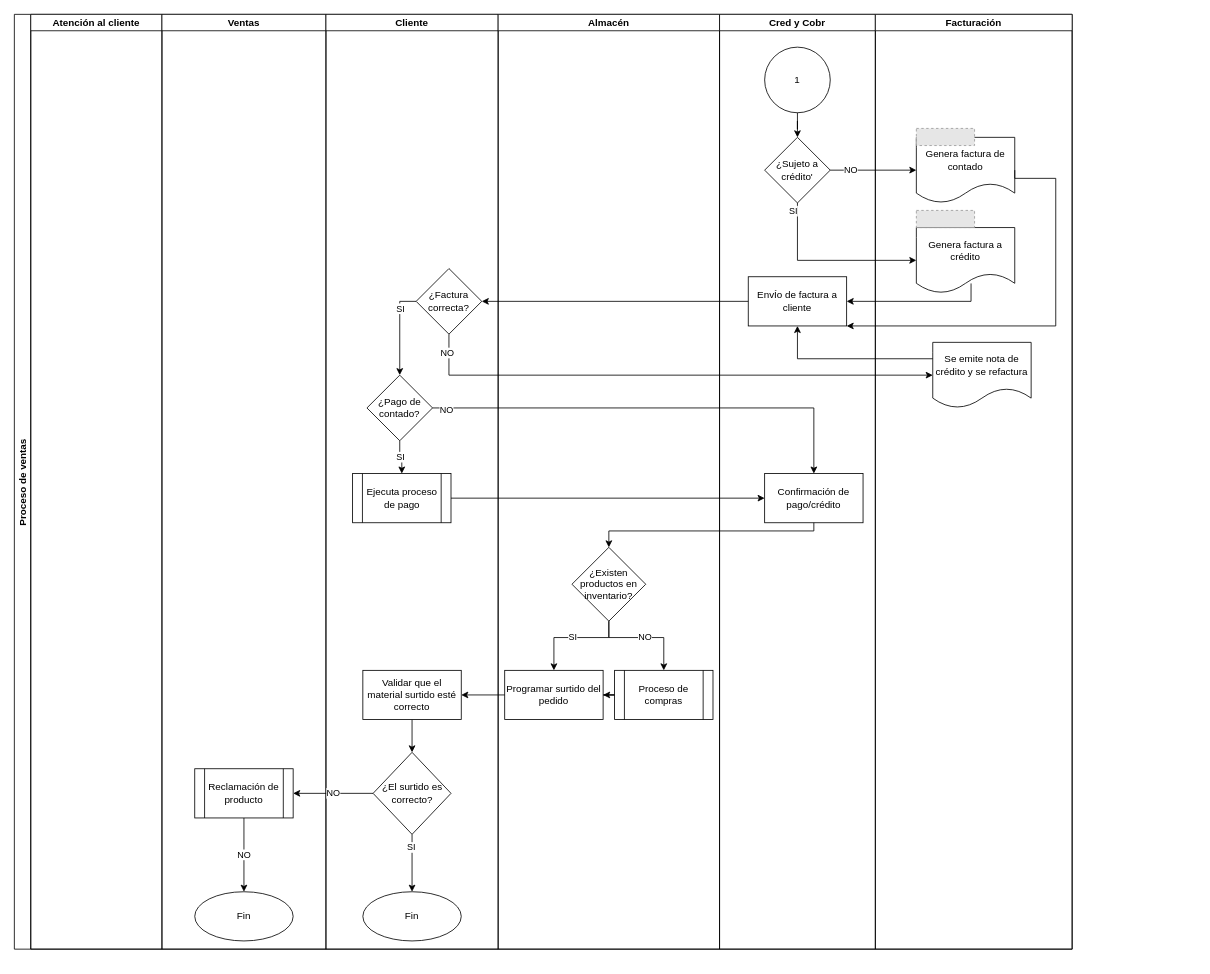
FerAran/Flowchart keeps this draw.io diagram as page "Page-2" (2 of 3) of 172285_Arandia_Proceso ventas (adaptado).drawio.drawio. Above is the earlier version. Source tidied: cells renumbered, new cells numbered last; positions are measured from the earlier drawing's top-left corner, leaving out a move shared by most shapes. Both pictures are drawn from the tidied source at 82%, with x=0, y=0 at pixel (14, 14). Pictures stored in the file or linked from it are replaced by grey dashed boxes.
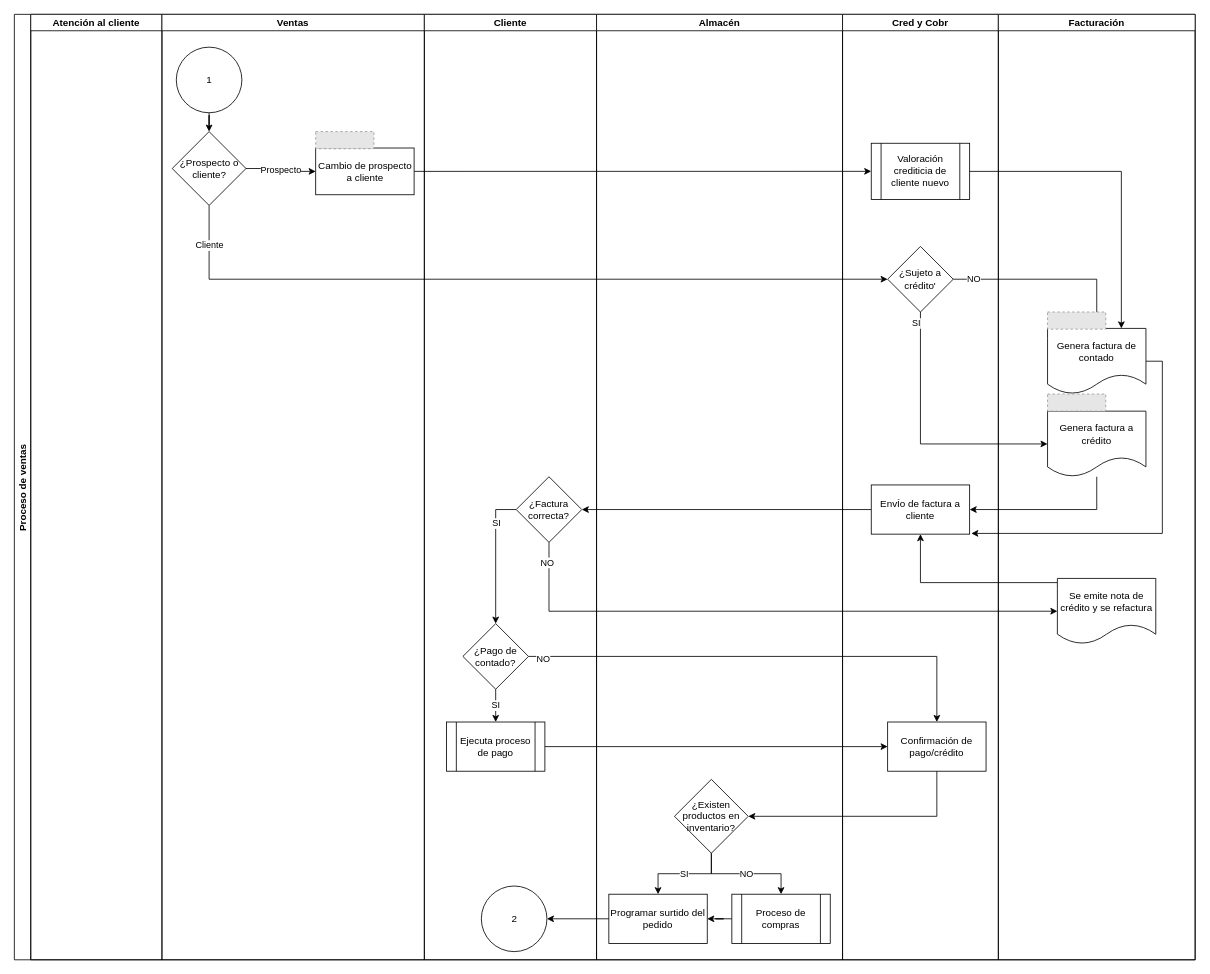
After the change.

What changed in the source:
```diff
@@
     <mxCell id="2" value="Proceso de ventas" style="swimlane;startSize=20;horizontal=0;" parent="1" vertex="1">
-      <mxGeometry width="1290" height="1140" as="geometry" />
+      <mxGeometry width="1440" height="1153" as="geometry" />
     </mxCell>
     <mxCell id="3" value="Atención al cliente" style="swimlane;startSize=20;" parent="2" vertex="1">
-      <mxGeometry x="20" width="160" height="1140" as="geometry" />
+      <mxGeometry x="20" width="160" height="1153" as="geometry" />
     </mxCell>
+    <mxCell id="42" value="NO" style="edgeStyle=orthogonalEdgeStyle;rounded=0;jettySize=auto;html=1;" parent="2" edge="1" source="32" target="37">
+      <mxGeometry x="-0.79" relative="1" as="geometry">
+        <Array as="points">
+          <mxPoint x="1320" y="323" />
+        </Array>
+      </mxGeometry>
+    </mxCell>
+    <mxCell id="43" value="SI" style="edgeStyle=orthogonalEdgeStyle;rounded=0;jettySize=auto;html=1;exitX=0.5;exitY=1;exitDx=0;exitDy=0;entryX=0;entryY=0.5;entryDx=0;entryDy=0;" parent="2" edge="1" source="32" target="36">
+      <mxGeometry x="-0.92" y="-5" relative="1" as="geometry">
+        <mxPoint y="1" as="offset" />
+      </mxGeometry>
+    </mxCell>
+    <mxCell id="54" style="edgeStyle=orthogonalEdgeStyle;rounded=0;jettySize=auto;html=1;exitX=1;exitY=0.5;exitDx=0;exitDy=0;entryX=0;entryY=0.5;entryDx=0;entryDy=0;" parent="2" edge="1" source="60" target="63">
+      <mxGeometry relative="1" as="geometry" />
+    </mxCell>
+    <mxCell id="55" value="Cliente" style="edgeStyle=orthogonalEdgeStyle;rounded=0;jettySize=auto;html=1;entryX=0;entryY=0.5;entryDx=0;entryDy=0;exitX=0.5;exitY=1;exitDx=0;exitDy=0;" parent="2" edge="1" source="58" target="32">
+      <mxGeometry x="-0.89" relative="1" as="geometry">
+        <Array as="points">
+          <mxPoint x="237" y="323" />
+        </Array>
+        <mxPoint y="-1" as="offset" />
+      </mxGeometry>
+    </mxCell>
+    <mxCell id="41" style="edgeStyle=orthogonalEdgeStyle;rounded=0;jettySize=auto;html=1;" parent="2" edge="1" source="30" target="17">
+      <mxGeometry relative="1" as="geometry" />
+    </mxCell>
+    <mxCell id="46" style="edgeStyle=orthogonalEdgeStyle;rounded=0;jettySize=auto;html=1;exitX=0.5;exitY=1;exitDx=0;exitDy=0;entryX=0;entryY=0.5;entryDx=0;entryDy=0;" parent="2" edge="1" source="17" target="40">
+      <mxGeometry relative="1" as="geometry" />
+    </mxCell>
+    <mxCell id="47" value="NO" style="edgeLabel;html=1;align=center;verticalAlign=middle;" parent="46" vertex="1">
+      <mxGeometry x="-0.93" y="-3" relative="1" as="geometry" />
+    </mxCell>
+    <mxCell id="49" style="edgeStyle=orthogonalEdgeStyle;rounded=0;jettySize=auto;html=1;exitX=1;exitY=0.5;exitDx=0;exitDy=0;entryX=0;entryY=0.5;entryDx=0;entryDy=0;" parent="2" edge="1" source="18" target="34">
+      <mxGeometry relative="1" as="geometry" />
+    </mxCell>
+    <mxCell id="50" style="edgeStyle=orthogonalEdgeStyle;rounded=0;jettySize=auto;html=1;exitX=1;exitY=0.5;exitDx=0;exitDy=0;entryX=0.5;entryY=0;entryDx=0;entryDy=0;" parent="2" edge="1" source="20" target="34">
+      <mxGeometry relative="1" as="geometry" />
+    </mxCell>
+    <mxCell id="51" value="NO" style="edgeLabel;html=1;align=center;verticalAlign=middle;" parent="50" vertex="1">
+      <mxGeometry x="-0.94" y="-2" relative="1" as="geometry" />
+    </mxCell>
+    <mxCell id="56" style="edgeStyle=orthogonalEdgeStyle;rounded=0;jettySize=auto;html=1;exitX=1;exitY=0.5;exitDx=0;exitDy=0;" parent="2" edge="1" source="37">
+      <mxGeometry relative="1" as="geometry">
+        <mxPoint x="1167" y="633" as="targetPoint" />
+        <Array as="points">
+          <mxPoint x="1400" y="423" />
+          <mxPoint x="1400" y="633" />
+          <mxPoint x="1167" y="633" />
+        </Array>
+      </mxGeometry>
+    </mxCell>
+    <mxCell id="45" style="edgeStyle=orthogonalEdgeStyle;rounded=0;jettySize=auto;html=1;entryX=1;entryY=0.5;entryDx=0;entryDy=0;" parent="2" edge="1" source="36" target="30">
+      <mxGeometry relative="1" as="geometry">
+        <Array as="points">
+          <mxPoint x="1320" y="604" />
+        </Array>
+      </mxGeometry>
+    </mxCell>
+    <mxCell id="48" style="edgeStyle=orthogonalEdgeStyle;rounded=0;jettySize=auto;html=1;entryX=0.5;entryY=1;entryDx=0;entryDy=0;" parent="2" edge="1" source="40" target="30">
+      <mxGeometry relative="1" as="geometry">
+        <Array as="points">
+          <mxPoint x="1105" y="693" />
+        </Array>
+      </mxGeometry>
+    </mxCell>
     <mxCell id="4" value="Ventas" style="swimlane;startSize=20;" parent="2" vertex="1">
-      <mxGeometry x="180" width="200" height="1140" as="geometry" />
+      <mxGeometry x="180" width="320" height="1153" as="geometry" />
     </mxCell>
-    <mxCell id="5" value="NO" style="edgeStyle=orthogonalEdgeStyle;rounded=0;jettySize=auto;html=1;" parent="4" edge="1" source="6" target="7">
-      <mxGeometry relative="1" as="geometry" />
-    </mxCell>
-    <mxCell id="6" value="Reclamación de producto" style="shape=process;whiteSpace=wrap;html=1;backgroundOutline=1;" parent="4" vertex="1">
-      <mxGeometry x="40" y="920" width="120" height="60" as="geometry" />
-    </mxCell>
-    <mxCell id="7" value="Fin" style="ellipse;whiteSpace=wrap;html=1;" parent="4" vertex="1">
-      <mxGeometry x="40" y="1070" width="120" height="60" as="geometry" />
-    </mxCell>
+    <mxCell id="57" value="Prospecto" style="edgeStyle=orthogonalEdgeStyle;rounded=0;jettySize=auto;html=1;" parent="4" edge="1" source="58" target="60">
+      <mxGeometry relative="1" as="geometry" />
+    </mxCell>
+    <mxCell id="58" value="¿Prospecto o cliente?" style="rhombus;whiteSpace=wrap;html=1;" parent="4" vertex="1">
+      <mxGeometry x="12.5" y="143" width="90" height="90" as="geometry" />
+    </mxCell>
+    <mxCell id="59" style="edgeStyle=orthogonalEdgeStyle;rounded=0;jettySize=auto;html=1;" parent="4" edge="1" source="31" target="58">
+      <mxGeometry relative="1" as="geometry" />
+    </mxCell>
+    <mxCell id="31" value="1" style="ellipse;whiteSpace=wrap;html=1;" parent="4" vertex="1">
+      <mxGeometry x="17.5" y="40" width="80" height="80" as="geometry" />
+    </mxCell>
+    <mxCell id="60" value="&lt;span style=&quot;&quot;&gt;Cambio de prospecto a cliente&lt;/span&gt;" style="rounded=0;whiteSpace=wrap;html=1;" parent="4" vertex="1">
+      <mxGeometry x="187.5" y="163" width="120" height="57" as="geometry" />
+    </mxCell>
+    <mxCell id="61" style="fillColor=#E6E6E6;strokeColor=#999999;dashed=1;verticalLabelPosition=bottom;labelBackgroundColor=default;verticalAlign=top;" parent="4" vertex="1">
+      <mxGeometry x="187.5" y="143" width="71" height="20.9" as="geometry" />
+    </mxCell>
     <mxCell id="8" value="Cliente" style="swimlane;startSize=20;" parent="2" vertex="1">
-      <mxGeometry x="380" width="210" height="1140" as="geometry" />
+      <mxGeometry x="500" width="210" height="1153" as="geometry" />
     </mxCell>
-    <mxCell id="9" style="edgeStyle=orthogonalEdgeStyle;rounded=0;jettySize=auto;html=1;" parent="8" edge="1" source="10" target="11">
-      <mxGeometry relative="1" as="geometry" />
-    </mxCell>
-    <mxCell id="10" value="Validar que el material surtido esté correcto" style="whiteSpace=wrap;html=1;" parent="8" vertex="1">
-      <mxGeometry x="45" y="800" width="120" height="60" as="geometry" />
-    </mxCell>
-    <mxCell id="11" value="¿El surtido es correcto?" style="rhombus;whiteSpace=wrap;html=1;" parent="8" vertex="1">
-      <mxGeometry x="57.5" y="900" width="95" height="100" as="geometry" />
-    </mxCell>
-    <mxCell id="12" value="Fin" style="ellipse;whiteSpace=wrap;html=1;" parent="8" vertex="1">
-      <mxGeometry x="45" y="1070" width="120" height="60" as="geometry" />
-    </mxCell>
-    <mxCell id="13" style="edgeStyle=orthogonalEdgeStyle;rounded=0;jettySize=auto;html=1;exitX=0.5;exitY=1;exitDx=0;exitDy=0;" parent="8" edge="1" source="11" target="12">
-      <mxGeometry relative="1" as="geometry" />
-    </mxCell>
-    <mxCell id="14" value="SI" style="edgeLabel;html=1;align=center;verticalAlign=middle;" parent="13" vertex="1">
-      <mxGeometry x="-0.61" y="-2" relative="1" as="geometry">
-        <mxPoint y="1" as="offset" />
-      </mxGeometry>
-    </mxCell>
@@
     <mxCell id="17" value="¿Factura correcta?" style="rhombus;whiteSpace=wrap;html=1;rounded=0;" parent="8" vertex="1">
-      <mxGeometry x="110" y="310" width="80" height="80" as="geometry" />
+      <mxGeometry x="112" y="563.9" width="80" height="80" as="geometry" />
     </mxCell>
     <mxCell id="18" value="Ejecuta proceso de pago" style="shape=process;whiteSpace=wrap;html=1;backgroundOutline=1;" parent="8" vertex="1">
-      <mxGeometry x="32.5" y="560" width="120" height="60" as="geometry" />
+      <mxGeometry x="27" y="863" width="120" height="60" as="geometry" />
     </mxCell>
@@
     <mxCell id="20" value="¿Pago de contado?" style="rhombus;whiteSpace=wrap;html=1;rounded=0;" parent="8" vertex="1">
-      <mxGeometry x="50" y="440" width="80" height="80" as="geometry" />
+      <mxGeometry x="47" y="743" width="80" height="80" as="geometry" />
     </mxCell>
+    <mxCell id="62" value="2" style="ellipse;whiteSpace=wrap;html=1;" parent="8" vertex="1">
+      <mxGeometry x="69.5" y="1063" width="80" height="80" as="geometry" />
+    </mxCell>
     <mxCell id="21" value="Almacén" style="swimlane;startSize=20;" parent="2" vertex="1">
-      <mxGeometry x="590" width="270" height="1140" as="geometry" />
+      <mxGeometry x="710" width="300" height="1153" as="geometry" />
     </mxCell>
+    <mxCell id="23" value="SI" style="edgeStyle=orthogonalEdgeStyle;rounded=0;jettySize=auto;html=1;exitX=0.5;exitY=1;exitDx=0;exitDy=0;entryX=0.5;entryY=0;entryDx=0;entryDy=0;" parent="21" edge="1" source="22" target="27">
+      <mxGeometry relative="1" as="geometry" />
+    </mxCell>
+    <mxCell id="26" value="NO" style="edgeStyle=orthogonalEdgeStyle;rounded=0;jettySize=auto;html=1;exitX=0.5;exitY=1;exitDx=0;exitDy=0;entryX=0.5;entryY=0;entryDx=0;entryDy=0;" parent="21" edge="1" source="22" target="25">
+      <mxGeometry relative="1" as="geometry">
+        <Array as="points">
+          <mxPoint x="140" y="1048" />
+          <mxPoint x="225" y="1048" />
+        </Array>
+      </mxGeometry>
+    </mxCell>
     <mxCell id="22" value="¿Existen productos en inventario?" style="rhombus;whiteSpace=wrap;html=1;" parent="21" vertex="1">
-      <mxGeometry x="90" y="650" width="90" height="90" as="geometry" />
+      <mxGeometry x="95" y="933" width="90" height="90" as="geometry" />
     </mxCell>
-    <mxCell id="23" value="SI" style="edgeStyle=orthogonalEdgeStyle;rounded=0;jettySize=auto;html=1;" parent="21" edge="1" source="22" target="27">
-      <mxGeometry relative="1" as="geometry">
-        <Array as="points">
-          <mxPoint x="135" y="760" />
-          <mxPoint x="68" y="760" />
-        </Array>
-      </mxGeometry>
-    </mxCell>
@@
     <mxCell id="25" value="Proceso de compras" style="shape=process;whiteSpace=wrap;html=1;backgroundOutline=1;" parent="21" vertex="1">
-      <mxGeometry x="142" y="800" width="120" height="60" as="geometry" />
+      <mxGeometry x="165" y="1073" width="120" height="60" as="geometry" />
     </mxCell>
-    <mxCell id="26" value="NO" style="edgeStyle=orthogonalEdgeStyle;rounded=0;jettySize=auto;html=1;" parent="21" edge="1" source="22" target="25">
-      <mxGeometry relative="1" as="geometry">
-        <Array as="points">
-          <mxPoint x="135" y="760" />
-          <mxPoint x="202" y="760" />
-        </Array>
-      </mxGeometry>
-    </mxCell>
     <mxCell id="27" value="Programar surtido del pedido" style="whiteSpace=wrap;html=1;" parent="21" vertex="1">
-      <mxGeometry x="8" y="800" width="120" height="60" as="geometry" />
+      <mxGeometry x="15" y="1073" width="120" height="60" as="geometry" />
     </mxCell>
-    <mxCell id="28" style="edgeStyle=orthogonalEdgeStyle;rounded=0;jettySize=auto;html=1;entryX=1;entryY=0.5;entryDx=0;entryDy=0;" parent="2" edge="1" source="27" target="10">
-      <mxGeometry relative="1" as="geometry" />
-    </mxCell>
     <mxCell id="29" value="Cred y Cobr" style="swimlane;startSize=20;" parent="2" vertex="1">
-      <mxGeometry x="860" width="190" height="1140" as="geometry" />
+      <mxGeometry x="1010" width="190" height="1153" as="geometry" />
     </mxCell>
     <mxCell id="30" value="EnvÍo de factura a cliente" style="rounded=0;whiteSpace=wrap;html=1;" parent="29" vertex="1">
-      <mxGeometry x="35" y="320" width="120" height="60" as="geometry" />
+      <mxGeometry x="35" y="573.9" width="120" height="60" as="geometry" />
     </mxCell>
-    <mxCell id="31" value="1" style="ellipse;whiteSpace=wrap;html=1;" parent="29" vertex="1">
-      <mxGeometry x="55" y="40" width="80" height="80" as="geometry" />
-    </mxCell>
     <mxCell id="32" value="¿Sujeto a crédito'" style="rhombus;whiteSpace=wrap;html=1;" parent="29" vertex="1">
-      <mxGeometry x="55" y="150" width="80" height="80" as="geometry" />
+      <mxGeometry x="55" y="283" width="80" height="80" as="geometry" />
     </mxCell>
-    <mxCell id="33" style="edgeStyle=orthogonalEdgeStyle;rounded=0;jettySize=auto;html=1;entryX=0.5;entryY=0;entryDx=0;entryDy=0;" parent="29" edge="1" source="31" target="32">
-      <mxGeometry relative="1" as="geometry" />
-    </mxCell>
     <mxCell id="34" value="Confirmación de pago/crédito" style="rounded=0;whiteSpace=wrap;html=1;" parent="29" vertex="1">
-      <mxGeometry x="55" y="560" width="120" height="60" as="geometry" />
+      <mxGeometry x="55" y="863" width="120" height="60" as="geometry" />
     </mxCell>
+    <mxCell id="63" value="Valoración crediticia de cliente nuevo" style="shape=process;whiteSpace=wrap;html=1;backgroundOutline=1;rounded=0;" parent="29" vertex="1">
+      <mxGeometry x="35" y="157.2" width="120" height="68.5" as="geometry" />
+    </mxCell>
     <mxCell id="35" value="Facturación" style="swimlane;startSize=20;" parent="2" vertex="1">
-      <mxGeometry x="1050" width="240" height="1140" as="geometry" />
+      <mxGeometry x="1200" width="240" height="1153" as="geometry" />
     </mxCell>
     <mxCell id="36" value="Genera factura a crédito" style="shape=document;whiteSpace=wrap;html=1;boundedLbl=1;" parent="35" vertex="1">
-      <mxGeometry x="50" y="260" width="120" height="80" as="geometry" />
+      <mxGeometry x="60" y="483.9" width="120" height="80" as="geometry" />
     </mxCell>
     <mxCell id="37" value="Genera factura de contado" style="shape=document;whiteSpace=wrap;html=1;boundedLbl=1;" parent="35" vertex="1">
-      <mxGeometry x="50" y="150" width="120" height="80" as="geometry" />
+      <mxGeometry x="60" y="383" width="120" height="80" as="geometry" />
     </mxCell>
     <mxCell id="38" style="fillColor=#E6E6E6;strokeColor=#999999;dashed=1;verticalLabelPosition=bottom;labelBackgroundColor=default;verticalAlign=top;" parent="35" vertex="1">
-      <mxGeometry x="50" y="139.1" width="71" height="20.9" as="geometry" />
+      <mxGeometry x="60" y="363" width="71" height="20.9" as="geometry" />
     </mxCell>
     <mxCell id="39" style="fillColor=#E6E6E6;strokeColor=#999999;dashed=1;verticalLabelPosition=bottom;labelBackgroundColor=default;verticalAlign=top;" parent="35" vertex="1">
-      <mxGeometry x="50" y="239.1" width="71" height="20.9" as="geometry" />
+      <mxGeometry x="60" y="463" width="71" height="20.9" as="geometry" />
     </mxCell>
     <mxCell id="40" value="Se emite nota de crédito y se refactura" style="shape=document;whiteSpace=wrap;html=1;boundedLbl=1;" parent="35" vertex="1">
-      <mxGeometry x="70" y="400" width="120" height="80" as="geometry" />
+      <mxGeometry x="72" y="687.9" width="120" height="80" as="geometry" />
     </mxCell>
-    <mxCell id="41" style="edgeStyle=orthogonalEdgeStyle;rounded=0;jettySize=auto;html=1;" parent="2" edge="1" source="30" target="17">
-      <mxGeometry relative="1" as="geometry" />
-    </mxCell>
-    <mxCell id="42" value="NO" style="edgeStyle=orthogonalEdgeStyle;rounded=0;jettySize=auto;html=1;" parent="2" edge="1" source="32" target="37">
-      <mxGeometry x="-0.52" relative="1" as="geometry" />
-    </mxCell>
-    <mxCell id="43" value="SI" style="edgeStyle=orthogonalEdgeStyle;rounded=0;jettySize=auto;html=1;exitX=0.5;exitY=1;exitDx=0;exitDy=0;entryX=0;entryY=0.5;entryDx=0;entryDy=0;" parent="2" edge="1" source="32" target="36">
-      <mxGeometry x="-0.92" y="-5" relative="1" as="geometry">
-        <mxPoint y="1" as="offset" />
-      </mxGeometry>
-    </mxCell>
-    <mxCell id="44" style="edgeStyle=orthogonalEdgeStyle;rounded=0;jettySize=auto;html=1;exitX=1;exitY=0.5;exitDx=0;exitDy=0;entryX=1;entryY=1;entryDx=0;entryDy=0;" parent="2" edge="1" source="37" target="30">
-      <mxGeometry relative="1" as="geometry">
-        <Array as="points">
-          <mxPoint x="1220" y="200" />
-          <mxPoint x="1270" y="200" />
-          <mxPoint x="1270" y="380" />
-        </Array>
-      </mxGeometry>
-    </mxCell>
-    <mxCell id="45" style="edgeStyle=orthogonalEdgeStyle;rounded=0;jettySize=auto;html=1;entryX=1;entryY=0.5;entryDx=0;entryDy=0;exitX=0.556;exitY=0.852;exitDx=0;exitDy=0;exitPerimeter=0;" parent="2" edge="1" source="36" target="30">
-      <mxGeometry relative="1" as="geometry">
-        <Array as="points">
-          <mxPoint x="1167" y="350" />
-        </Array>
-      </mxGeometry>
-    </mxCell>
-    <mxCell id="46" style="edgeStyle=orthogonalEdgeStyle;rounded=0;jettySize=auto;html=1;exitX=0.5;exitY=1;exitDx=0;exitDy=0;entryX=0;entryY=0.5;entryDx=0;entryDy=0;" parent="2" edge="1" source="17" target="40">
-      <mxGeometry relative="1" as="geometry" />
-    </mxCell>
-    <mxCell id="47" value="NO" style="edgeLabel;html=1;align=center;verticalAlign=middle;" parent="46" vertex="1">
-      <mxGeometry x="-0.93" y="-3" relative="1" as="geometry" />
-    </mxCell>
-    <mxCell id="48" style="edgeStyle=orthogonalEdgeStyle;rounded=0;jettySize=auto;html=1;entryX=0.5;entryY=1;entryDx=0;entryDy=0;" parent="2" edge="1" source="40" target="30">
-      <mxGeometry relative="1" as="geometry">
-        <Array as="points">
-          <mxPoint x="955" y="420" />
-        </Array>
-      </mxGeometry>
-    </mxCell>
-    <mxCell id="49" style="edgeStyle=orthogonalEdgeStyle;rounded=0;jettySize=auto;html=1;exitX=1;exitY=0.5;exitDx=0;exitDy=0;entryX=0;entryY=0.5;entryDx=0;entryDy=0;" parent="2" edge="1" source="18" target="34">
-      <mxGeometry relative="1" as="geometry" />
-    </mxCell>
-    <mxCell id="50" style="edgeStyle=orthogonalEdgeStyle;rounded=0;jettySize=auto;html=1;exitX=1;exitY=0.5;exitDx=0;exitDy=0;entryX=0.5;entryY=0;entryDx=0;entryDy=0;" parent="2" edge="1" source="20" target="34">
-      <mxGeometry relative="1" as="geometry" />
-    </mxCell>
-    <mxCell id="51" value="NO" style="edgeLabel;html=1;align=center;verticalAlign=middle;" parent="50" vertex="1">
-      <mxGeometry x="-0.94" y="-2" relative="1" as="geometry" />
-    </mxCell>
-    <mxCell id="52" style="edgeStyle=orthogonalEdgeStyle;rounded=0;jettySize=auto;html=1;entryX=0.5;entryY=0;entryDx=0;entryDy=0;" parent="2" edge="1" source="34" target="22">
-      <mxGeometry relative="1" as="geometry">
-        <Array as="points">
-          <mxPoint x="975" y="630" />
-          <mxPoint x="725" y="630" />
-        </Array>
-      </mxGeometry>
+    <mxCell id="52" style="edgeStyle=orthogonalEdgeStyle;rounded=0;jettySize=auto;html=1;exitX=0.5;exitY=1;exitDx=0;exitDy=0;entryX=1;entryY=0.5;entryDx=0;entryDy=0;" parent="2" edge="1" source="34" target="22">
+      <mxGeometry relative="1" as="geometry" />
     </mxCell>
-    <mxCell id="53" value="NO" style="edgeStyle=orthogonalEdgeStyle;rounded=0;jettySize=auto;html=1;" parent="2" edge="1" source="11" target="6">
-      <mxGeometry relative="1" as="geometry" />
-    </mxCell>
+    <mxCell id="64" style="edgeStyle=orthogonalEdgeStyle;rounded=0;jettySize=auto;html=1;" parent="2" edge="1" source="27" target="62">
+      <mxGeometry relative="1" as="geometry" />
+    </mxCell>
+    <mxCell id="65" style="edgeStyle=orthogonalEdgeStyle;rounded=0;jettySize=auto;html=1;entryX=0.75;entryY=0;entryDx=0;entryDy=0;" parent="2" edge="1" source="63" target="37">
+      <mxGeometry relative="1" as="geometry" />
+    </mxCell>
```
